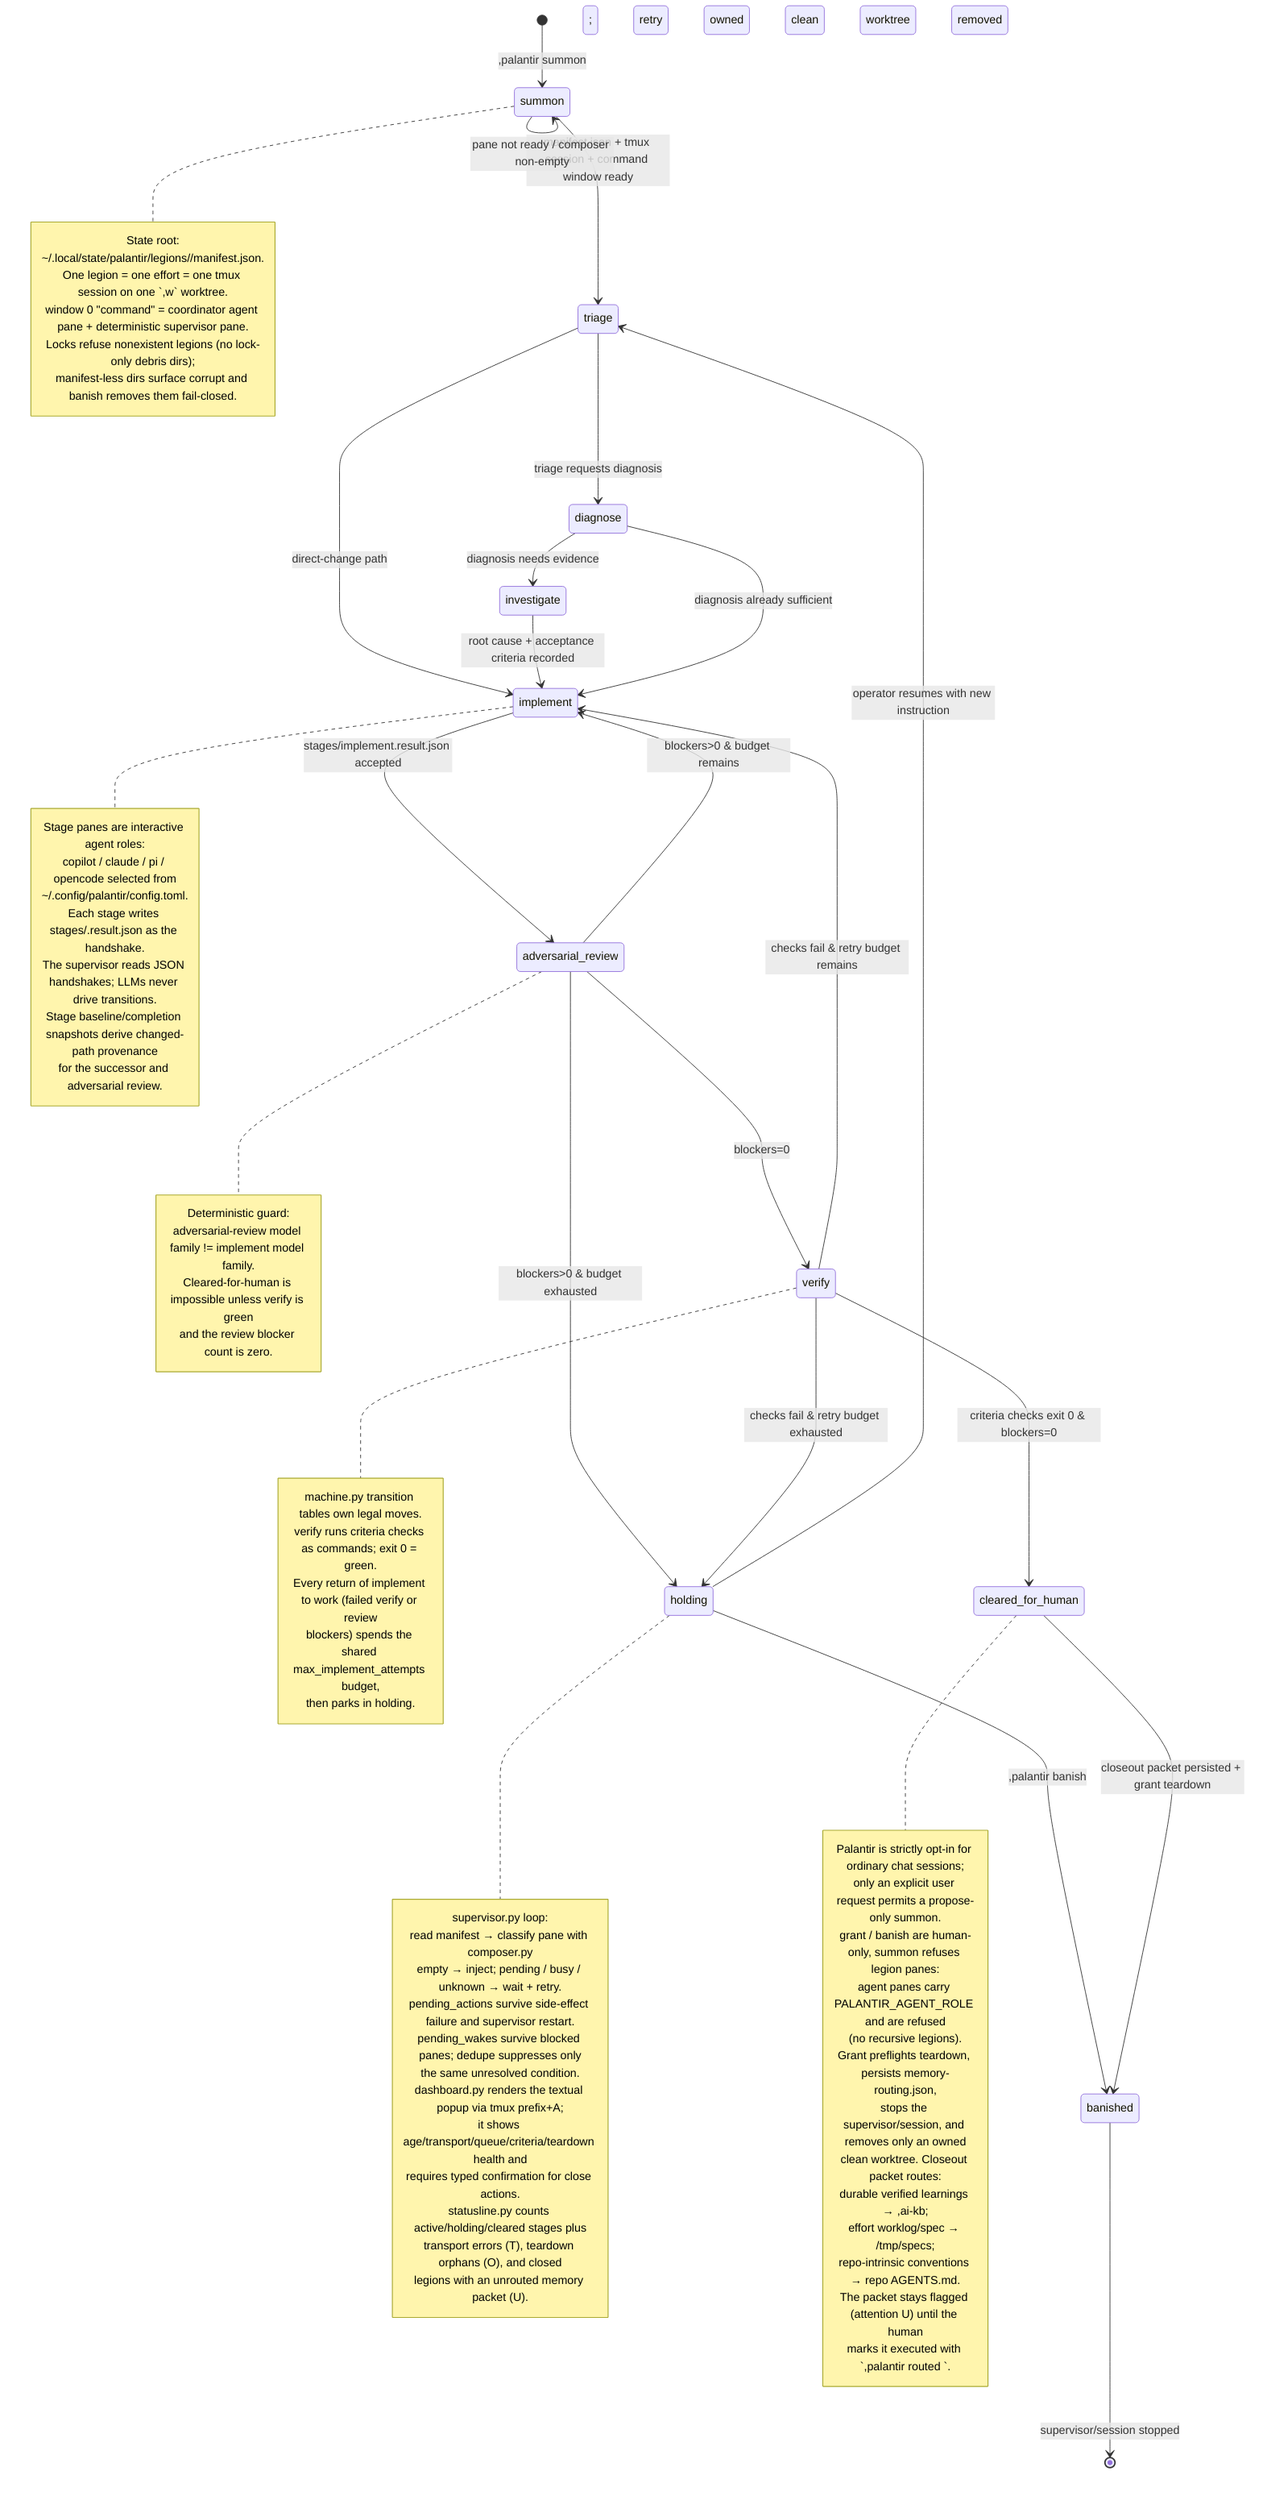
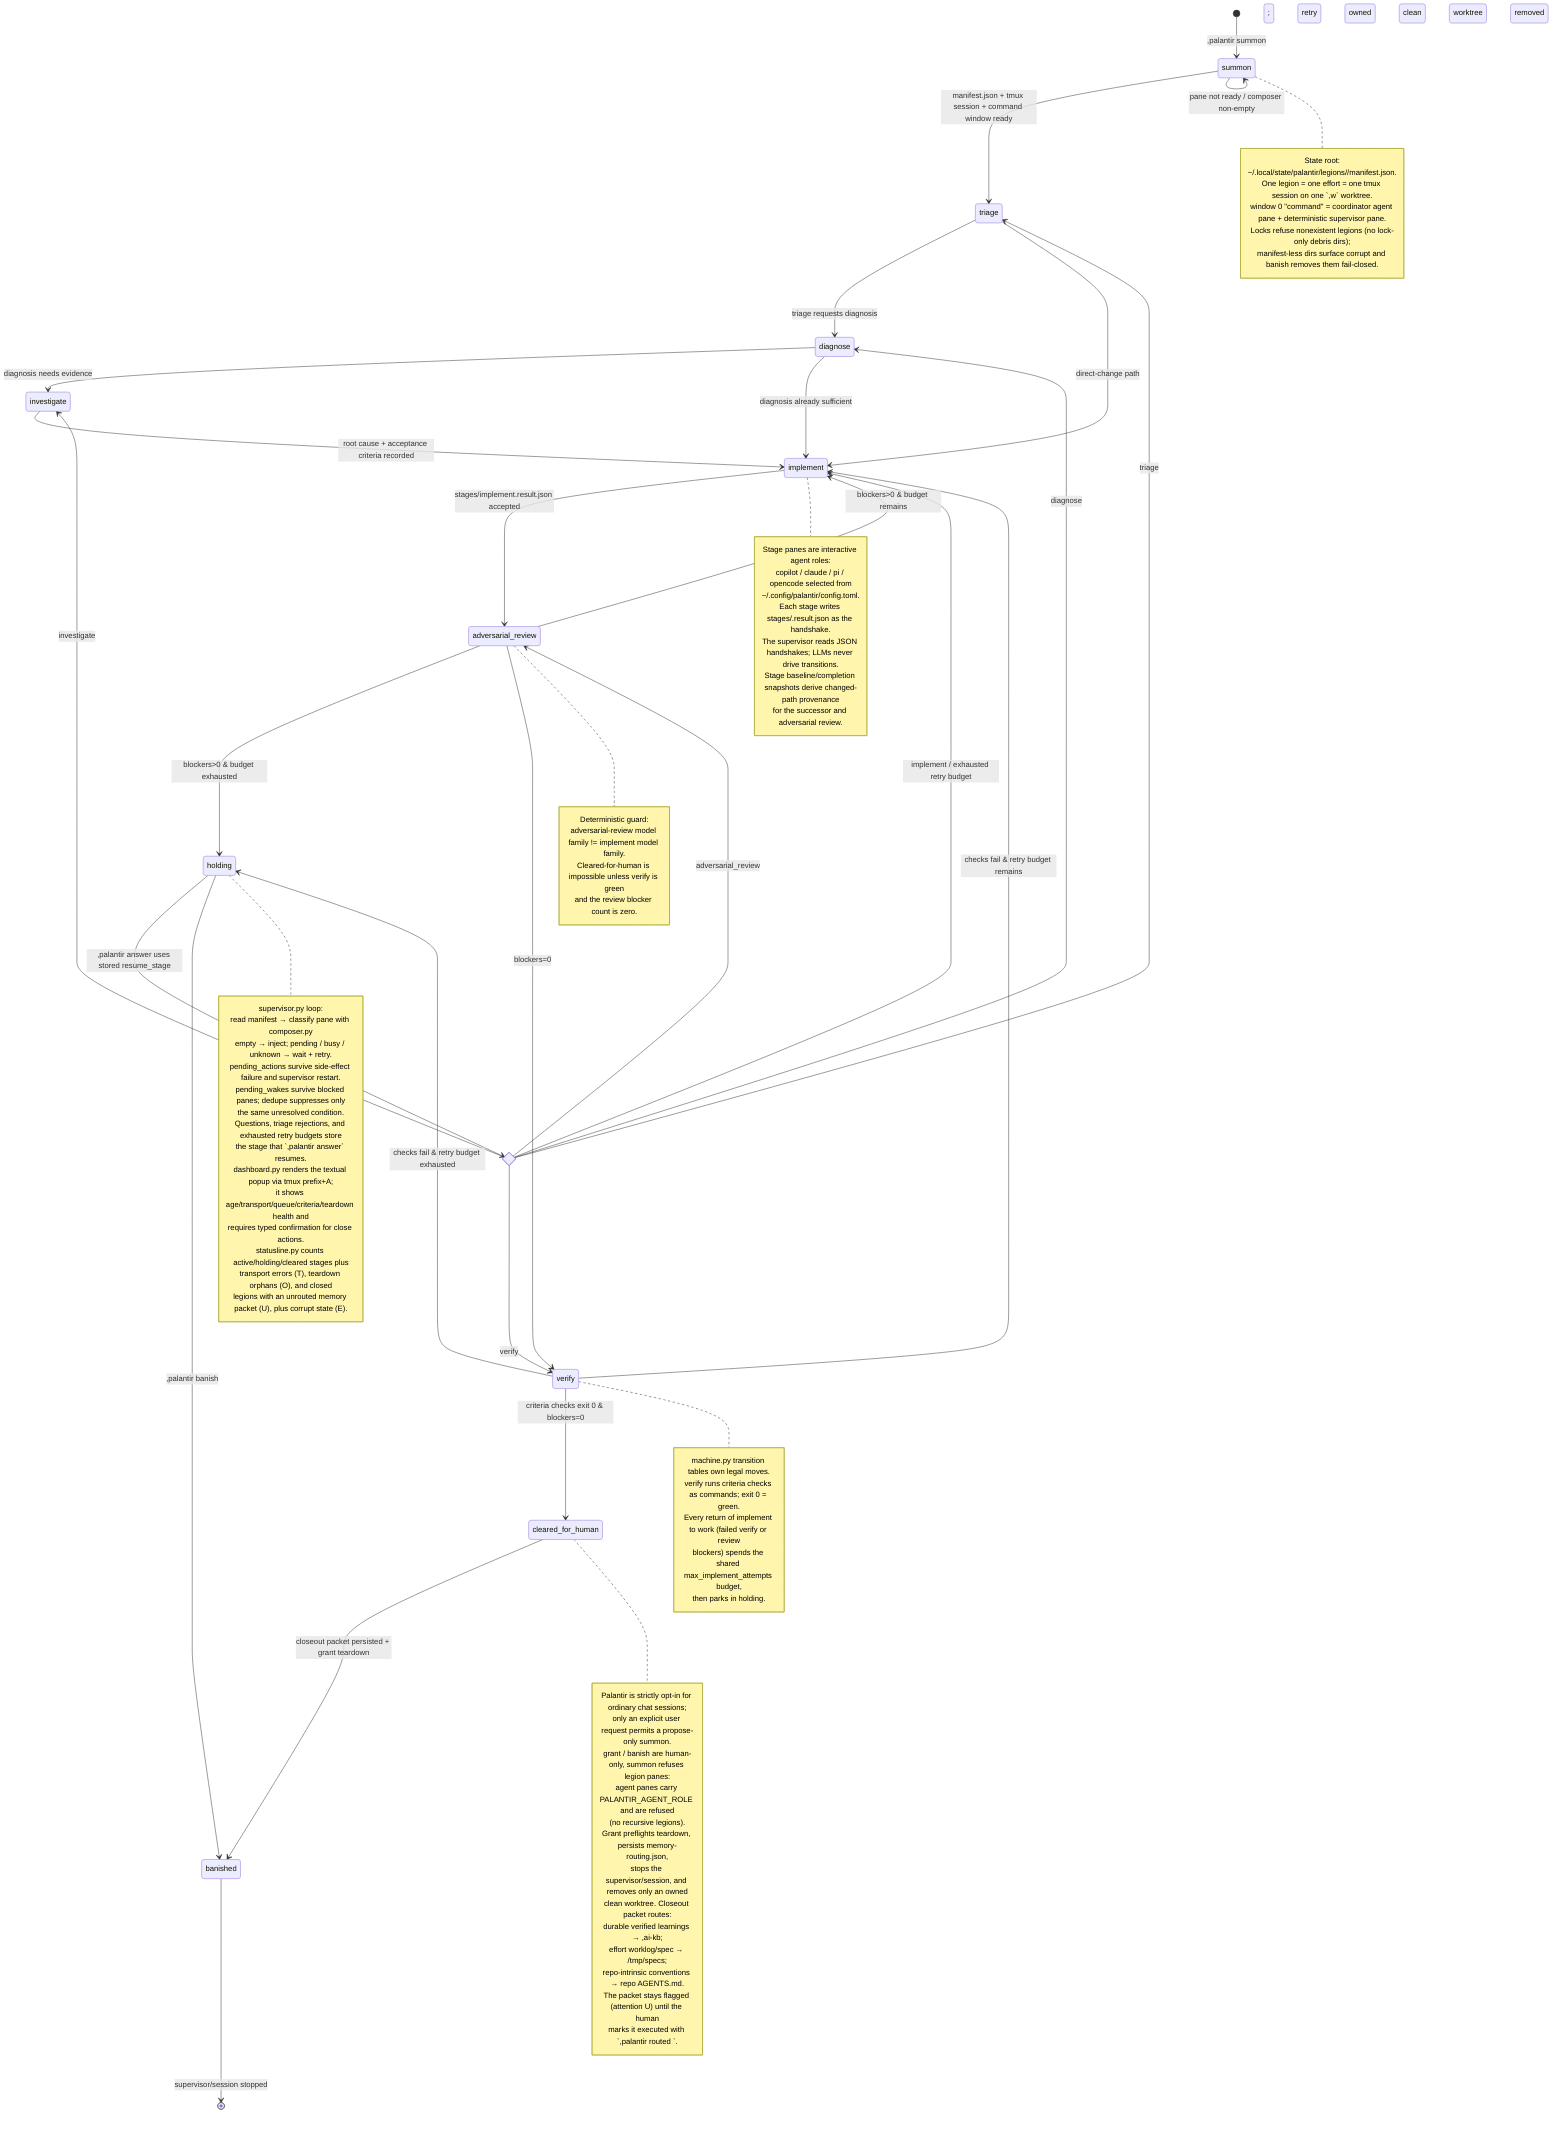
%% ============================================================================
%% 04-palantir-state-machine.mmd — Palantir legion state machine.
%% `,palantir` launches one legion per effort: a tmux session on a `,w` worktree.
%% Window 0 has coordinator + deterministic supervisor; interactive role stages own windows.
%% Core deployed runtime lives in home/exact_lib/exact_,palantir/ (12).
%% ============================================================================
stateDiagram-v2
    direction TB

    [*] --> summon : ,palantir summon
    summon --> triage : manifest.json + tmux session + command window ready
    summon --> summon : pane not ready / composer non-empty; retry

    triage --> diagnose : triage requests diagnosis
    triage --> implement : direct-change path
    diagnose --> investigate : diagnosis needs evidence
    investigate --> implement : root cause + acceptance criteria recorded
    diagnose --> implement : diagnosis already sufficient

    implement --> adversarial_review : stages/implement.result.json accepted
    adversarial_review --> implement : blockers>0 & budget remains
    adversarial_review --> holding : blockers>0 & budget exhausted
    adversarial_review --> verify : blockers=0
    verify --> cleared_for_human : criteria checks exit 0 & blockers=0
    verify --> implement : checks fail & retry budget remains
    verify --> holding : checks fail & retry budget exhausted

-     holding --> triage : operator resumes with new instruction
+     state resume <<choice>>
+     holding --> resume : ,palantir answer uses stored resume_stage
+     resume --> triage : triage
+     resume --> diagnose : diagnose
+     resume --> investigate : investigate
+     resume --> implement : implement / exhausted retry budget
+     resume --> adversarial_review : adversarial_review
+     resume --> verify : verify
    holding --> banished : ,palantir banish
    cleared_for_human --> banished : closeout packet persisted + grant teardown
    banished --> [*] : supervisor/session stopped; owned clean worktree removed

    note right of summon
        State root:
        ~/.local/state/palantir/legions/<id>/manifest.json.
        One legion = one effort = one tmux session on one `,w` worktree.
        window 0 "command" = coordinator agent pane + deterministic supervisor pane.
        Locks refuse nonexistent legions (no lock-only debris dirs);
        manifest-less dirs surface corrupt and banish removes them fail-closed.
    end note

    note right of implement
        Stage panes are interactive agent roles:
        copilot / claude / pi / opencode selected from
        ~/.config/palantir/config.toml.
        Each stage writes stages/<stage>.result.json as the handshake.
        The supervisor reads JSON handshakes; LLMs never drive transitions.
        Stage baseline/completion snapshots derive changed-path provenance
        for the successor and adversarial review.
    end note

    note right of adversarial_review
        Deterministic guard:
        adversarial-review model family != implement model family.
        Cleared-for-human is impossible unless verify is green
        and the review blocker count is zero.
    end note

    note right of verify
        machine.py transition tables own legal moves.
        verify runs criteria checks as commands; exit 0 = green.
        Every return of implement to work (failed verify or review
        blockers) spends the shared max_implement_attempts budget,
        then parks in holding.
    end note

    note right of holding
        supervisor.py loop:
        read manifest → classify pane with composer.py
        empty → inject; pending / busy / unknown → wait + retry.
        pending_actions survive side-effect failure and supervisor restart.
        pending_wakes survive blocked panes; dedupe suppresses only
        the same unresolved condition.
+         Questions, triage rejections, and exhausted retry budgets store
+         the stage that `,palantir answer` resumes.
        dashboard.py renders the textual popup via tmux prefix+A;
        it shows age/transport/queue/criteria/teardown health and
        requires typed confirmation for close actions.
        statusline.py counts active/holding/cleared stages plus
        transport errors (T), teardown orphans (O), and closed
-         legions with an unrouted memory packet (U).
+         legions with an unrouted memory packet (U), plus corrupt state (E).
    end note

    note right of cleared_for_human
        Palantir is strictly opt-in for ordinary chat sessions;
        only an explicit user request permits a propose-only summon.
        grant / banish are human-only, summon refuses legion panes:
        agent panes carry PALANTIR_AGENT_ROLE and are refused
        (no recursive legions).
        Grant preflights teardown, persists memory-routing.json,
        stops the supervisor/session, and removes only an owned
        clean worktree. Closeout packet routes:
        durable verified learnings → ,ai-kb;
        effort worklog/spec → /tmp/specs;
        repo-intrinsic conventions → repo AGENTS.md.
        The packet stays flagged (attention U) until the human
        marks it executed with `,palantir routed <id>`.
    end note
